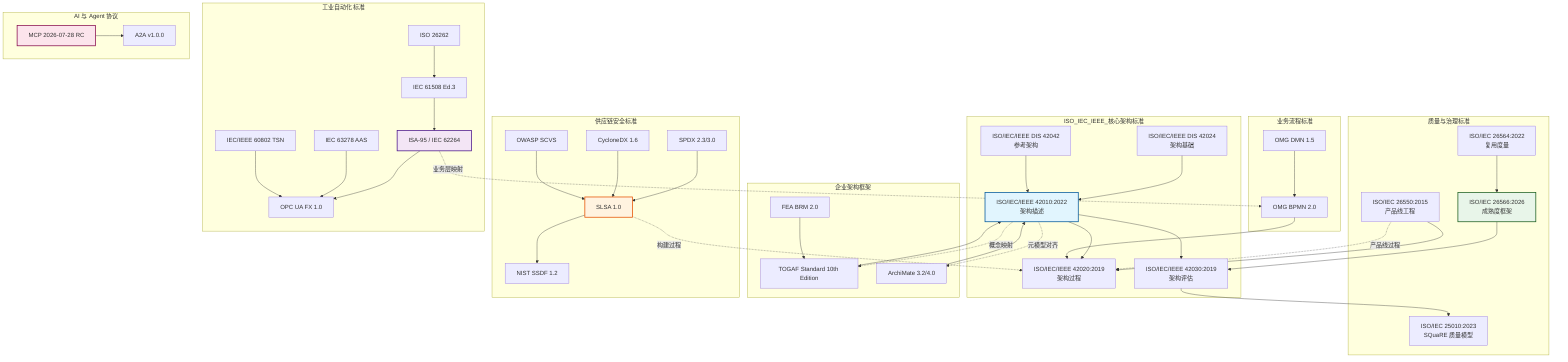
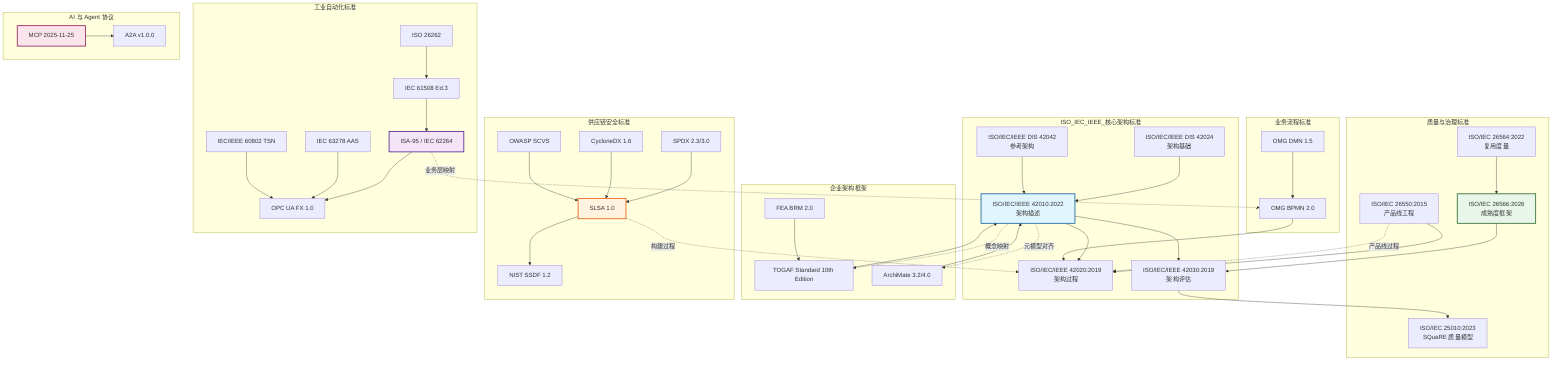
%% 软件工程架构复用视角：国际标准族谱图
%% 版本: 2026-06-06
%% 工具: Mermaid (graph TD)
%% 说明: 本图展示与本知识体系相关的国际标准之间的演化与依赖关系

graph TD
    subgraph ISO_IEC_IEEE_核心架构标准
        ISO42010[ISO/IEC/IEEE 42010:2022<br/>架构描述]
        ISO42020[ISO/IEC/IEEE 42020:2019<br/>架构过程]
        ISO42030[ISO/IEC/IEEE 42030:2019<br/>架构评估]
        ISO42024[ISO/IEC/IEEE DIS 42024<br/>架构基础]
        ISO42042[ISO/IEC/IEEE DIS 42042<br/>参考架构]

        ISO42010 --> ISO42020
        ISO42010 --> ISO42030
        ISO42024 --> ISO42010
        ISO42042 --> ISO42010
    end

    subgraph 质量与治理标准
        ISO25010[ISO/IEC 25010:2023<br/>SQuaRE 质量模型]
        ISO26550[ISO/IEC 26550:2015<br/>产品线工程]
        ISO26566[ISO/IEC 26566:2026<br/>成熟度框架]
        ISO26564[ISO/IEC 26564:2022<br/>复用度量]

        ISO42030 --> ISO25010
        ISO26550 --> ISO42020
        ISO26566 --> ISO42030
        ISO26564 --> ISO26566
    end

    subgraph 企业架构框架
        TOGAF10[TOGAF Standard 10th Edition]
        ArchiMate42[ArchiMate 3.2/4.0]
        FEABRM[FEA BRM 2.0]

        TOGAF10 --> ISO42010
        ArchiMate42 --> ISO42010
        FEABRM --> TOGAF10
    end

    subgraph 业务流程标准
        BPMN20[OMG BPMN 2.0]
        DMN15[OMG DMN 1.5]

        BPMN20 --> ISO42020
        DMN15 --> BPMN20
    end

    subgraph 供应链安全标准
        SLSA10[SLSA 1.0]
        SPDX[SPDX 2.3/3.0]
        CycloneDX[CycloneDX 1.6]
        NISTSSDF[NIST SSDF 1.2]
        OWASP[OWASP SCVS]

        SLSA10 --> NISTSSDF
        SPDX --> SLSA10
        CycloneDX --> SLSA10
        OWASP --> SLSA10
    end

    subgraph 工业自动化标准
        ISA95[ISA-95 / IEC 62264]
        OPCUA[OPC UA FX 1.0]
        IEC61508[IEC 61508 Ed.3]
        ISO26262[ISO 26262]
        IEC63278[IEC 63278 AAS]
        TSN[IEC/IEEE 60802 TSN]

        ISA95 --> OPCUA
        IEC61508 --> ISA95
        ISO26262 --> IEC61508
        IEC63278 --> OPCUA
        TSN --> OPCUA
    end

    subgraph AI 与 Agent 协议
-         MCP[MCP 2026-07-28 RC]
+         MCP[MCP 2025-11-25]
        A2A[A2A v1.0.0]

        MCP --> A2A
    end

    %% 跨族连接
    ISO42010 -.->|概念映射| TOGAF10
    ISO42010 -.->|元模型对齐| ArchiMate42
    ISO26550 -.->|产品线过程| ISO42020
    SLSA10 -.->|构建过程| ISO42020
    ISA95 -.->|业务层映射| BPMN20

    %% 样式
    style ISO42010 fill:#e1f5fe,stroke:#01579b,stroke-width:2px
    style ISO26566 fill:#e8f5e9,stroke:#1b5e20,stroke-width:2px
    style SLSA10 fill:#fff3e0,stroke:#e65100,stroke-width:2px
    style ISA95 fill:#f3e5f5,stroke:#4a148c,stroke-width:2px
    style MCP fill:#fce4ec,stroke:#880e4f,stroke-width:2px
